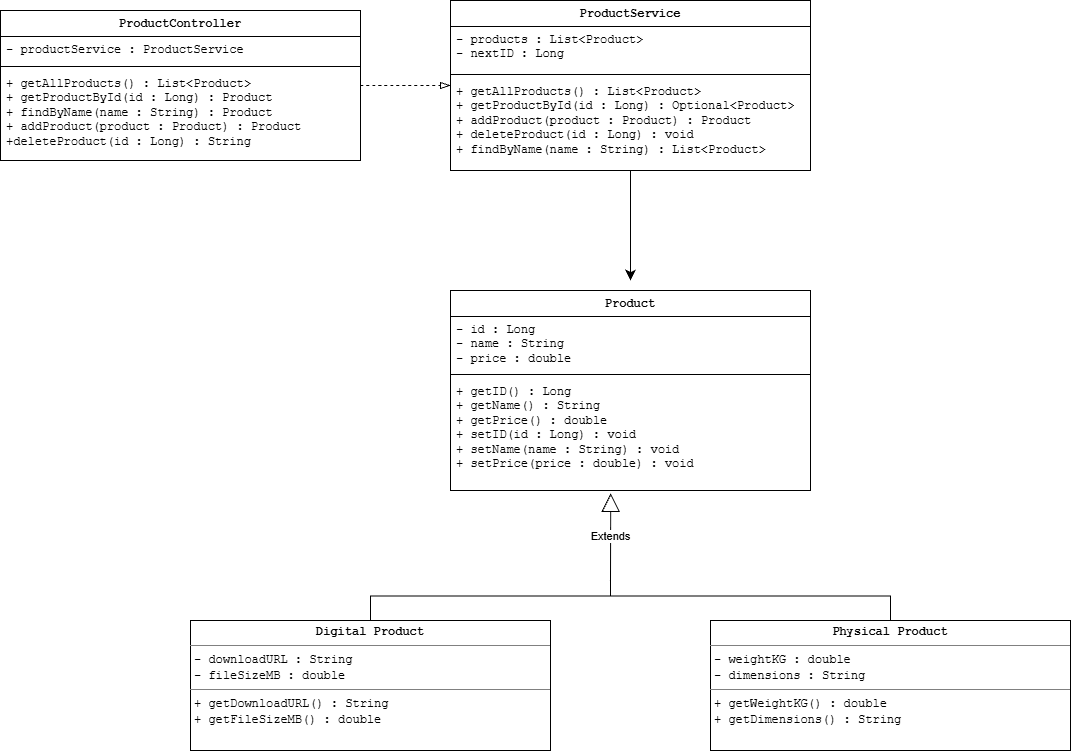
Before: docs/UML/product_heirarchy.png, a diagram exported from draw.io (I-wont-be-employed-because-of-AI/products-api). Source tidied: cells renumbered, new cells last; positions are measured from the earlier drawing's top-left corner, leaving out a move shared by most shapes. Source of this version:
```xml
<mxGraphModel>
  <root>
    <mxCell id="0" />
    <mxCell id="1" parent="0" />
    <mxCell id="2" value="Product" style="swimlane;fontStyle=1;align=center;verticalAlign=top;horizontal=1;startSize=26;whiteSpace=wrap;html=1;fontFamily=Courier New;" parent="1" vertex="1">
      <mxGeometry x="450" y="290" width="360" height="200" as="geometry" />
    </mxCell>
    <mxCell id="3" value="- id : Long&lt;div&gt;- name : String&lt;/div&gt;&lt;div&gt;- price : double&lt;/div&gt;" style="text;strokeColor=none;fillColor=none;align=left;verticalAlign=top;spacingLeft=4;spacingRight=4;overflow=hidden;whiteSpace=wrap;html=1;fontFamily=Courier New;" parent="2" vertex="1">
      <mxGeometry y="26" width="360" height="54" as="geometry" />
    </mxCell>
    <mxCell id="4" style="line;strokeWidth=1;fillColor=none;align=left;verticalAlign=middle;spacingTop=-1;spacingLeft=3;spacingRight=3;labelPosition=right;strokeColor=inherit;fontFamily=Courier New;" parent="2" vertex="1">
      <mxGeometry y="80" width="360" height="8" as="geometry" />
    </mxCell>
    <mxCell id="5" value="+ getID() : Long&lt;div&gt;+ getName() : String&lt;/div&gt;&lt;div&gt;+ getPrice() : double&lt;/div&gt;&lt;div&gt;+ setID(id : Long) : void&lt;/div&gt;&lt;div&gt;+ setName(name : String) : void&lt;/div&gt;&lt;div&gt;+ setPrice(price : double) : void&lt;/div&gt;&lt;div&gt;&lt;br&gt;&lt;/div&gt;&lt;div&gt;&lt;br&gt;&lt;/div&gt;" style="text;strokeColor=none;fillColor=none;align=left;verticalAlign=top;spacingLeft=4;spacingRight=4;overflow=hidden;points=[[0,0.5],[1,0.5]];portConstraint=eastwest;whiteSpace=wrap;html=1;fontFamily=Courier New;" parent="2" vertex="1">
      <mxGeometry y="88" width="360" height="112" as="geometry" />
    </mxCell>
    <mxCell id="6" style="edgeStyle=none;curved=1;rounded=0;jettySize=auto;html=1;fontSize=12;startSize=8;endSize=8;" parent="1" edge="1" source="7">
      <mxGeometry relative="1" as="geometry">
        <mxPoint x="630" y="280" as="targetPoint" />
      </mxGeometry>
    </mxCell>
    <mxCell id="7" value="ProductService" style="swimlane;fontStyle=1;align=center;verticalAlign=top;horizontal=1;startSize=26;whiteSpace=wrap;html=1;fontFamily=Courier New;" parent="1" vertex="1">
      <mxGeometry x="450" width="360" height="170" as="geometry" />
    </mxCell>
    <mxCell id="8" value="- products : List&amp;lt;Product&amp;gt;&lt;div&gt;- nextID : Long&lt;/div&gt;" style="text;strokeColor=none;fillColor=none;align=left;verticalAlign=top;spacingLeft=4;spacingRight=4;overflow=hidden;whiteSpace=wrap;html=1;fontFamily=Courier New;" parent="7" vertex="1">
      <mxGeometry y="26" width="360" height="44" as="geometry" />
    </mxCell>
    <mxCell id="9" style="line;strokeWidth=1;fillColor=none;align=left;verticalAlign=middle;spacingTop=-1;spacingLeft=3;spacingRight=3;labelPosition=right;strokeColor=inherit;fontFamily=Courier New;" parent="7" vertex="1">
      <mxGeometry y="70" width="360" height="8" as="geometry" />
    </mxCell>
    <mxCell id="10" value="+ getAllProducts() : List&amp;lt;Product&amp;gt;&lt;div&gt;+ getProductById(id : Long) : Optional&amp;lt;Product&amp;gt;&lt;br&gt;&lt;div&gt;+ addProduct(product : Product) : Product&lt;/div&gt;&lt;/div&gt;&lt;div&gt;+ deleteProduct(id : Long) : void&lt;/div&gt;&lt;div&gt;+ findByName(name : String) : List&amp;lt;Product&amp;gt;&lt;/div&gt;" style="text;strokeColor=none;fillColor=none;align=left;verticalAlign=top;spacingLeft=4;spacingRight=4;overflow=hidden;points=[[0,0.5],[1,0.5]];portConstraint=eastwest;whiteSpace=wrap;html=1;fontFamily=Courier New;" parent="7" vertex="1">
      <mxGeometry y="78" width="360" height="92" as="geometry" />
    </mxCell>
    <mxCell id="11" value="ProductController" style="swimlane;fontStyle=1;align=center;verticalAlign=top;horizontal=1;startSize=26;whiteSpace=wrap;html=1;fontFamily=Courier New;" parent="1" vertex="1">
      <mxGeometry y="10" width="360" height="150" as="geometry" />
    </mxCell>
    <mxCell id="12" value="- productService : ProductService" style="text;strokeColor=none;fillColor=none;align=left;verticalAlign=top;spacingLeft=4;spacingRight=4;overflow=hidden;whiteSpace=wrap;html=1;fontFamily=Courier New;" parent="11" vertex="1">
      <mxGeometry y="26" width="360" height="26" as="geometry" />
    </mxCell>
    <mxCell id="13" style="line;strokeWidth=1;fillColor=none;align=left;verticalAlign=middle;spacingTop=-1;spacingLeft=3;spacingRight=3;labelPosition=right;strokeColor=inherit;fontFamily=Courier New;" parent="11" vertex="1">
      <mxGeometry y="52" width="360" height="8" as="geometry" />
    </mxCell>
    <mxCell id="14" value="+ getAllProducts() : List&amp;lt;Product&amp;gt;&lt;div&gt;+ getProductById(id : Long) : Product&lt;/div&gt;&lt;div&gt;+ findByName(name : String) : Product&lt;/div&gt;&lt;div&gt;+ addProduct(product : Product) : Product&lt;/div&gt;&lt;div&gt;+deleteProduct(id : Long) : String&lt;/div&gt;" style="text;strokeColor=none;fillColor=none;align=left;verticalAlign=top;spacingLeft=4;spacingRight=4;overflow=hidden;whiteSpace=wrap;html=1;fontFamily=Courier New;" parent="11" vertex="1">
      <mxGeometry y="60" width="360" height="90" as="geometry" />
    </mxCell>
    <mxCell id="15" style="edgeStyle=none;curved=1;rounded=0;jettySize=auto;html=1;entryX=0;entryY=0.076;entryDx=0;entryDy=0;entryPerimeter=0;fontSize=12;startSize=8;endSize=8;endArrow=blockThin;endFill=0;dashed=1;" parent="1" edge="1" source="11" target="10">
      <mxGeometry relative="1" as="geometry" />
    </mxCell>
    <mxCell id="16" style="edgeStyle=orthogonalEdgeStyle;rounded=0;jettySize=auto;html=1;defaultLabelBackgroundColor=page;endArrow=none;endFill=0;exitX=0.5;exitY=0;exitDx=0;exitDy=0;" parent="1" edge="1" source="17">
      <mxGeometry relative="1" as="geometry">
        <mxPoint x="610" y="570" as="targetPoint" />
      </mxGeometry>
    </mxCell>
    <mxCell id="17" value="&lt;p style=&quot;margin:0px;margin-top:4px;text-align:center;&quot;&gt;&lt;b&gt;&lt;font face=&quot;Courier New&quot;&gt;Digital Product&lt;/font&gt;&lt;/b&gt;&lt;/p&gt;&lt;hr size=&quot;1&quot; style=&quot;border-style:solid;&quot;&gt;&lt;p style=&quot;margin:0px;margin-left:4px;&quot;&gt;&lt;font face=&quot;Courier New&quot;&gt;- downloadURL : String&lt;/font&gt;&lt;/p&gt;&lt;p style=&quot;margin:0px;margin-left:4px;&quot;&gt;&lt;font face=&quot;Courier New&quot;&gt;- fileSizeMB : double&lt;/font&gt;&lt;/p&gt;&lt;hr size=&quot;1&quot; style=&quot;border-style:solid;&quot;&gt;&lt;p style=&quot;margin:0px;margin-left:4px;&quot;&gt;&lt;font face=&quot;Courier New&quot;&gt;+ getDownloadURL() : String&lt;/font&gt;&lt;/p&gt;&lt;p style=&quot;margin:0px;margin-left:4px;&quot;&gt;&lt;font face=&quot;Courier New&quot;&gt;+ getFileSizeMB() : double&lt;/font&gt;&lt;/p&gt;" style="verticalAlign=top;align=left;overflow=fill;html=1;whiteSpace=wrap;" parent="1" vertex="1">
      <mxGeometry x="190" y="620" width="360" height="130" as="geometry" />
    </mxCell>
    <mxCell id="18" style="edgeStyle=orthogonalEdgeStyle;rounded=0;jettySize=auto;html=1;defaultLabelBackgroundColor=page;endArrow=none;endFill=0;exitX=0.5;exitY=0;exitDx=0;exitDy=0;" parent="1" edge="1" source="19">
      <mxGeometry relative="1" as="geometry">
        <mxPoint x="610" y="570" as="targetPoint" />
      </mxGeometry>
    </mxCell>
    <mxCell id="19" value="&lt;p style=&quot;margin:0px;margin-top:4px;text-align:center;&quot;&gt;&lt;b&gt;&lt;font face=&quot;Courier New&quot;&gt;Physical Product&lt;/font&gt;&lt;/b&gt;&lt;/p&gt;&lt;hr size=&quot;1&quot; style=&quot;border-style:solid;&quot;&gt;&lt;p style=&quot;margin:0px;margin-left:4px;&quot;&gt;&lt;font face=&quot;Courier New&quot;&gt;- weightKG : double&lt;/font&gt;&lt;/p&gt;&lt;p style=&quot;margin:0px;margin-left:4px;&quot;&gt;&lt;font face=&quot;Courier New&quot;&gt;- dimensions : String&lt;/font&gt;&lt;/p&gt;&lt;hr size=&quot;1&quot; style=&quot;border-style:solid;&quot;&gt;&lt;p style=&quot;margin:0px;margin-left:4px;&quot;&gt;&lt;font face=&quot;Courier New&quot;&gt;+ getWeightKG() : double&lt;/font&gt;&lt;/p&gt;&lt;p style=&quot;margin:0px;margin-left:4px;&quot;&gt;&lt;font face=&quot;Courier New&quot;&gt;+ getDimensions() : String&lt;/font&gt;&lt;/p&gt;" style="verticalAlign=top;align=left;overflow=fill;html=1;whiteSpace=wrap;" parent="1" vertex="1">
      <mxGeometry x="710" y="620" width="360" height="130" as="geometry" />
    </mxCell>
    <mxCell id="20" value="Extends" style="endArrow=block;endSize=16;endFill=0;html=1;rounded=0;defaultLabelBackgroundColor=page;entryX=0.445;entryY=1.026;entryDx=0;entryDy=0;entryPerimeter=0;" parent="1" edge="1" target="5">
      <mxGeometry relative="1" as="geometry">
        <mxPoint x="610" y="580" as="sourcePoint" />
      </mxGeometry>
    </mxCell>
  </root>
</mxGraphModel>
```
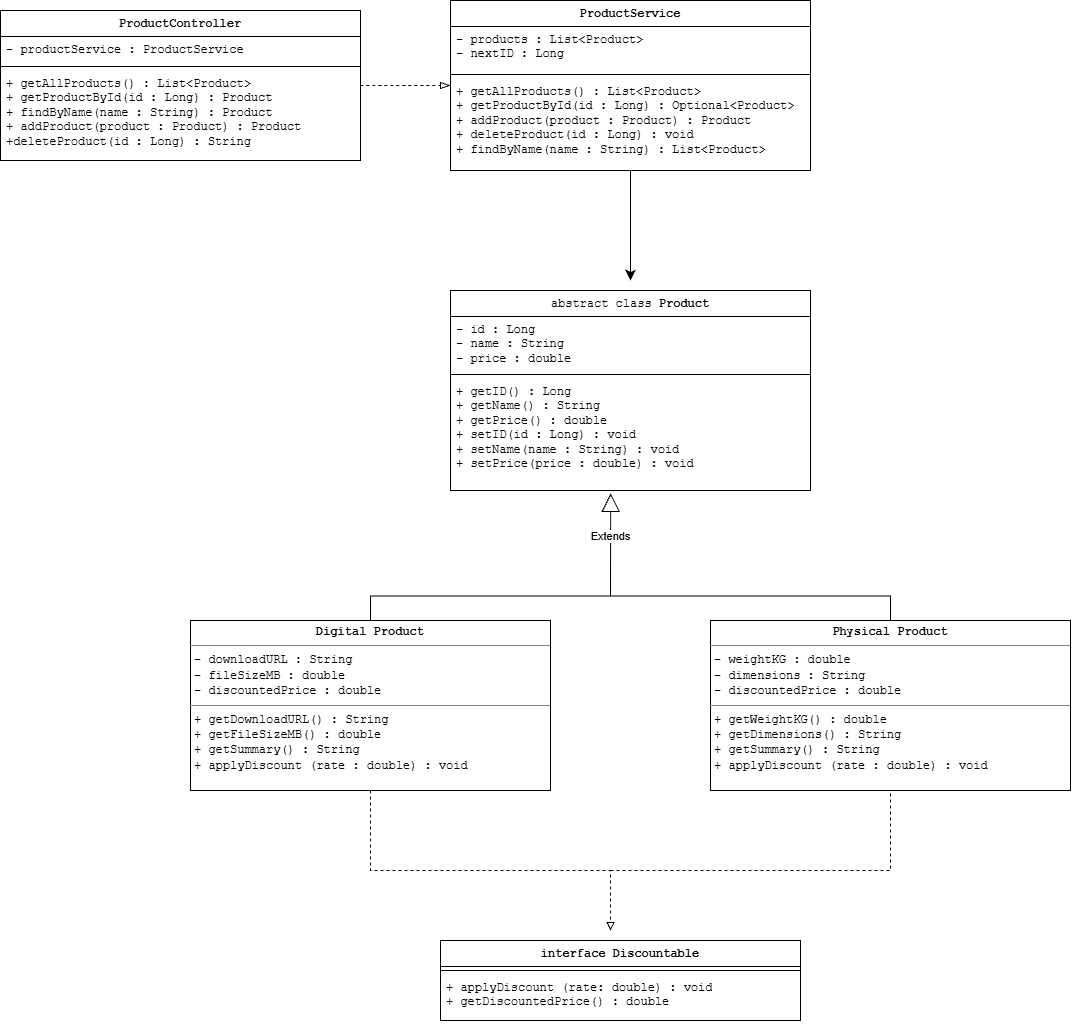
The same file after the commit.

Commit message:
Tutorial 5 : polymorphism - getSummary override and Discountable interface

Diff of the diagram source:
```diff
@@ -2,7 +2,7 @@
   <root>
     <mxCell id="0" />
     <mxCell id="1" parent="0" />
-    <mxCell id="2" value="Product" style="swimlane;fontStyle=1;align=center;verticalAlign=top;horizontal=1;startSize=26;whiteSpace=wrap;html=1;fontFamily=Courier New;" parent="1" vertex="1">
+    <mxCell id="2" value="&lt;span style=&quot;font-weight: normal;&quot;&gt;abstract class&lt;/span&gt; Product" style="swimlane;fontStyle=1;align=center;verticalAlign=top;horizontal=1;startSize=26;whiteSpace=wrap;html=1;fontFamily=Courier New;" parent="1" vertex="1">
       <mxGeometry x="450" y="290" width="360" height="200" as="geometry" />
     </mxCell>
     <mxCell id="3" value="- id : Long&lt;div&gt;- name : String&lt;/div&gt;&lt;div&gt;- price : double&lt;/div&gt;" style="text;strokeColor=none;fillColor=none;align=left;verticalAlign=top;spacingLeft=4;spacingRight=4;overflow=hidden;whiteSpace=wrap;html=1;fontFamily=Courier New;" parent="2" vertex="1">
@@ -51,21 +51,48 @@
         <mxPoint x="610" y="570" as="targetPoint" />
       </mxGeometry>
     </mxCell>
-    <mxCell id="17" value="&lt;p style=&quot;margin:0px;margin-top:4px;text-align:center;&quot;&gt;&lt;b&gt;&lt;font face=&quot;Courier New&quot;&gt;Digital Product&lt;/font&gt;&lt;/b&gt;&lt;/p&gt;&lt;hr size=&quot;1&quot; style=&quot;border-style:solid;&quot;&gt;&lt;p style=&quot;margin:0px;margin-left:4px;&quot;&gt;&lt;font face=&quot;Courier New&quot;&gt;- downloadURL : String&lt;/font&gt;&lt;/p&gt;&lt;p style=&quot;margin:0px;margin-left:4px;&quot;&gt;&lt;font face=&quot;Courier New&quot;&gt;- fileSizeMB : double&lt;/font&gt;&lt;/p&gt;&lt;hr size=&quot;1&quot; style=&quot;border-style:solid;&quot;&gt;&lt;p style=&quot;margin:0px;margin-left:4px;&quot;&gt;&lt;font face=&quot;Courier New&quot;&gt;+ getDownloadURL() : String&lt;/font&gt;&lt;/p&gt;&lt;p style=&quot;margin:0px;margin-left:4px;&quot;&gt;&lt;font face=&quot;Courier New&quot;&gt;+ getFileSizeMB() : double&lt;/font&gt;&lt;/p&gt;" style="verticalAlign=top;align=left;overflow=fill;html=1;whiteSpace=wrap;" parent="1" vertex="1">
-      <mxGeometry x="190" y="620" width="360" height="130" as="geometry" />
+    <mxCell id="17" value="&lt;p style=&quot;margin:0px;margin-top:4px;text-align:center;&quot;&gt;&lt;b&gt;&lt;font face=&quot;Courier New&quot;&gt;Digital Product&lt;/font&gt;&lt;/b&gt;&lt;/p&gt;&lt;hr size=&quot;1&quot; style=&quot;border-style:solid;&quot;&gt;&lt;p style=&quot;margin:0px;margin-left:4px;&quot;&gt;&lt;font face=&quot;Courier New&quot;&gt;- downloadURL : String&lt;/font&gt;&lt;/p&gt;&lt;p style=&quot;margin:0px;margin-left:4px;&quot;&gt;&lt;font face=&quot;Courier New&quot;&gt;- fileSizeMB : double&lt;/font&gt;&lt;/p&gt;&lt;p style=&quot;margin:0px;margin-left:4px;&quot;&gt;&lt;font face=&quot;Courier New&quot;&gt;- discountedPrice : double&lt;/font&gt;&lt;/p&gt;&lt;hr size=&quot;1&quot; style=&quot;border-style:solid;&quot;&gt;&lt;p style=&quot;margin:0px;margin-left:4px;&quot;&gt;&lt;font face=&quot;Courier New&quot;&gt;+ getDownloadURL() : String&lt;/font&gt;&lt;/p&gt;&lt;p style=&quot;margin:0px;margin-left:4px;&quot;&gt;&lt;font face=&quot;Courier New&quot;&gt;+ getFileSizeMB() : double&lt;/font&gt;&lt;/p&gt;&lt;p style=&quot;margin:0px;margin-left:4px;&quot;&gt;&lt;font face=&quot;Courier New&quot;&gt;+ getSummary() : String&lt;/font&gt;&lt;/p&gt;&lt;p style=&quot;margin:0px;margin-left:4px;&quot;&gt;&lt;font face=&quot;Courier New&quot;&gt;+ applyDiscount (rate : double) : void&lt;/font&gt;&lt;/p&gt;&lt;p style=&quot;margin:0px;margin-left:4px;&quot;&gt;&lt;font face=&quot;Courier New&quot;&gt;&lt;br&gt;&lt;/font&gt;&lt;/p&gt;" style="verticalAlign=top;align=left;overflow=fill;html=1;whiteSpace=wrap;" parent="1" vertex="1">
+      <mxGeometry x="190" y="620" width="360" height="170" as="geometry" />
     </mxCell>
     <mxCell id="18" style="edgeStyle=orthogonalEdgeStyle;rounded=0;jettySize=auto;html=1;defaultLabelBackgroundColor=page;endArrow=none;endFill=0;exitX=0.5;exitY=0;exitDx=0;exitDy=0;" parent="1" edge="1" source="19">
       <mxGeometry relative="1" as="geometry">
         <mxPoint x="610" y="570" as="targetPoint" />
       </mxGeometry>
     </mxCell>
-    <mxCell id="19" value="&lt;p style=&quot;margin:0px;margin-top:4px;text-align:center;&quot;&gt;&lt;b&gt;&lt;font face=&quot;Courier New&quot;&gt;Physical Product&lt;/font&gt;&lt;/b&gt;&lt;/p&gt;&lt;hr size=&quot;1&quot; style=&quot;border-style:solid;&quot;&gt;&lt;p style=&quot;margin:0px;margin-left:4px;&quot;&gt;&lt;font face=&quot;Courier New&quot;&gt;- weightKG : double&lt;/font&gt;&lt;/p&gt;&lt;p style=&quot;margin:0px;margin-left:4px;&quot;&gt;&lt;font face=&quot;Courier New&quot;&gt;- dimensions : String&lt;/font&gt;&lt;/p&gt;&lt;hr size=&quot;1&quot; style=&quot;border-style:solid;&quot;&gt;&lt;p style=&quot;margin:0px;margin-left:4px;&quot;&gt;&lt;font face=&quot;Courier New&quot;&gt;+ getWeightKG() : double&lt;/font&gt;&lt;/p&gt;&lt;p style=&quot;margin:0px;margin-left:4px;&quot;&gt;&lt;font face=&quot;Courier New&quot;&gt;+ getDimensions() : String&lt;/font&gt;&lt;/p&gt;" style="verticalAlign=top;align=left;overflow=fill;html=1;whiteSpace=wrap;" parent="1" vertex="1">
-      <mxGeometry x="710" y="620" width="360" height="130" as="geometry" />
+    <mxCell id="19" value="&lt;p style=&quot;margin:0px;margin-top:4px;text-align:center;&quot;&gt;&lt;b&gt;&lt;font face=&quot;Courier New&quot;&gt;Physical Product&lt;/font&gt;&lt;/b&gt;&lt;/p&gt;&lt;hr size=&quot;1&quot; style=&quot;border-style:solid;&quot;&gt;&lt;p style=&quot;margin:0px;margin-left:4px;&quot;&gt;&lt;font face=&quot;Courier New&quot;&gt;- weightKG : double&lt;/font&gt;&lt;/p&gt;&lt;p style=&quot;margin:0px;margin-left:4px;&quot;&gt;&lt;font face=&quot;Courier New&quot;&gt;- dimensions : String&lt;/font&gt;&lt;/p&gt;&lt;p style=&quot;margin:0px;margin-left:4px;&quot;&gt;&lt;font face=&quot;Courier New&quot;&gt;- discountedPrice : double&lt;/font&gt;&lt;/p&gt;&lt;hr size=&quot;1&quot; style=&quot;border-style:solid;&quot;&gt;&lt;p style=&quot;margin:0px;margin-left:4px;&quot;&gt;&lt;font face=&quot;Courier New&quot;&gt;+ getWeightKG() : double&lt;/font&gt;&lt;/p&gt;&lt;p style=&quot;margin:0px;margin-left:4px;&quot;&gt;&lt;font face=&quot;Courier New&quot;&gt;+ getDimensions() : String&lt;/font&gt;&lt;/p&gt;&lt;p style=&quot;margin:0px;margin-left:4px;&quot;&gt;&lt;font face=&quot;Courier New&quot;&gt;+ getSummary() : String&lt;/font&gt;&lt;/p&gt;&lt;p style=&quot;margin:0px;margin-left:4px;&quot;&gt;&lt;font face=&quot;Courier New&quot;&gt;+ applyDiscount (rate : double) : void&lt;/font&gt;&lt;/p&gt;" style="verticalAlign=top;align=left;overflow=fill;html=1;whiteSpace=wrap;" parent="1" vertex="1">
+      <mxGeometry x="710" y="620" width="360" height="170" as="geometry" />
     </mxCell>
     <mxCell id="20" value="Extends" style="endArrow=block;endSize=16;endFill=0;html=1;rounded=0;defaultLabelBackgroundColor=page;entryX=0.445;entryY=1.026;entryDx=0;entryDy=0;entryPerimeter=0;" parent="1" edge="1" target="5">
       <mxGeometry relative="1" as="geometry">
         <mxPoint x="610" y="580" as="sourcePoint" />
       </mxGeometry>
     </mxCell>
+    <mxCell id="21" value="interface Discountable" style="swimlane;fontStyle=1;align=center;verticalAlign=top;horizontal=1;startSize=26;whiteSpace=wrap;html=1;fontFamily=Courier New;" parent="1" vertex="1">
+      <mxGeometry x="440" y="940" width="360" height="80" as="geometry" />
+    </mxCell>
+    <mxCell id="22" style="line;strokeWidth=1;fillColor=none;align=left;verticalAlign=middle;spacingTop=-1;spacingLeft=3;spacingRight=3;labelPosition=right;strokeColor=inherit;fontFamily=Courier New;" parent="21" vertex="1">
+      <mxGeometry y="26" width="360" height="8" as="geometry" />
+    </mxCell>
+    <mxCell id="23" value="+ applyDiscount (rate: double) : void&lt;div&gt;+ getDiscountedPrice() : double&lt;/div&gt;" style="text;strokeColor=none;fillColor=none;align=left;verticalAlign=top;spacingLeft=4;spacingRight=4;overflow=hidden;whiteSpace=wrap;html=1;fontFamily=Courier New;" parent="21" vertex="1">
+      <mxGeometry y="34" width="360" height="46" as="geometry" />
+    </mxCell>
+    <mxCell id="24" style="endArrow=block;dashed=1;html=1;rounded=0;defaultLabelBackgroundColor=page;exitX=0.5;exitY=1;exitDx=0;exitDy=0;endFill=0;" parent="1" edge="1" source="17">
+      <mxGeometry x="0.73" relative="1" as="geometry">
+        <mxPoint x="610" y="930" as="targetPoint" />
+        <Array as="points">
+          <mxPoint x="370" y="870" />
+          <mxPoint x="610" y="870" />
+        </Array>
+      </mxGeometry>
+    </mxCell>
+    <mxCell id="25" style="endArrow=none;dashed=1;html=1;rounded=0;defaultLabelBackgroundColor=page;entryX=0.5;entryY=1;entryDx=0;entryDy=0;" parent="1" edge="1" target="19">
+      <mxGeometry x="0.68" relative="1" as="geometry">
+        <mxPoint x="610" y="870" as="sourcePoint" />
+        <Array as="points">
+          <mxPoint x="610" y="870" />
+          <mxPoint x="890" y="870" />
+        </Array>
+      </mxGeometry>
+    </mxCell>
   </root>
 </mxGraphModel>
```
